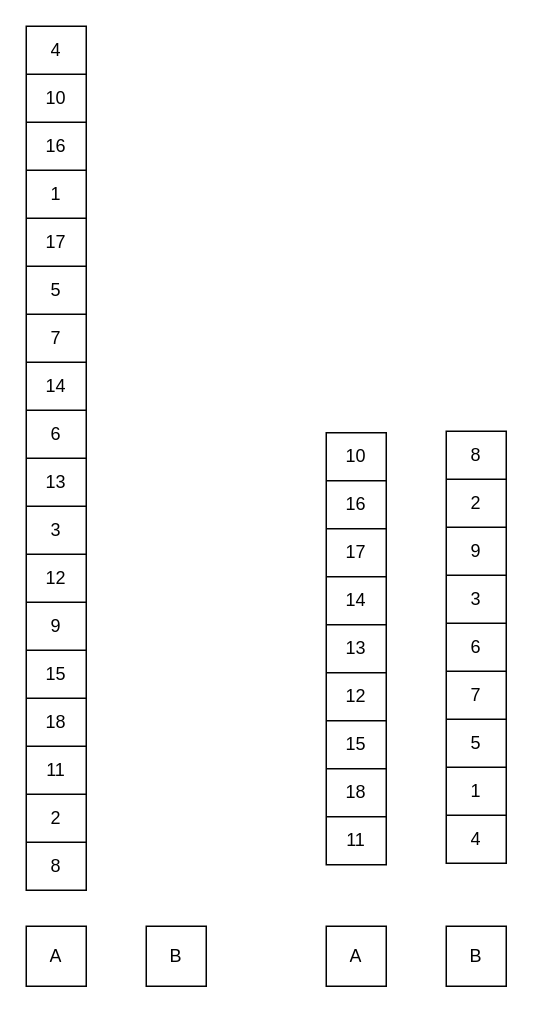
Before: page "スタート" (2 of 10) of images/qsort/qsort.dio in welove-t/42Tokyo-push_swap, a draw.io diagram. Source tidied: cells renumbered, new cells numbered last; positions are measured from the earlier drawing's top-left corner, leaving out a move shared by most shapes. Both pictures are drawn from the tidied source at 150%, with x=0, y=0 at pixel (26, 26).
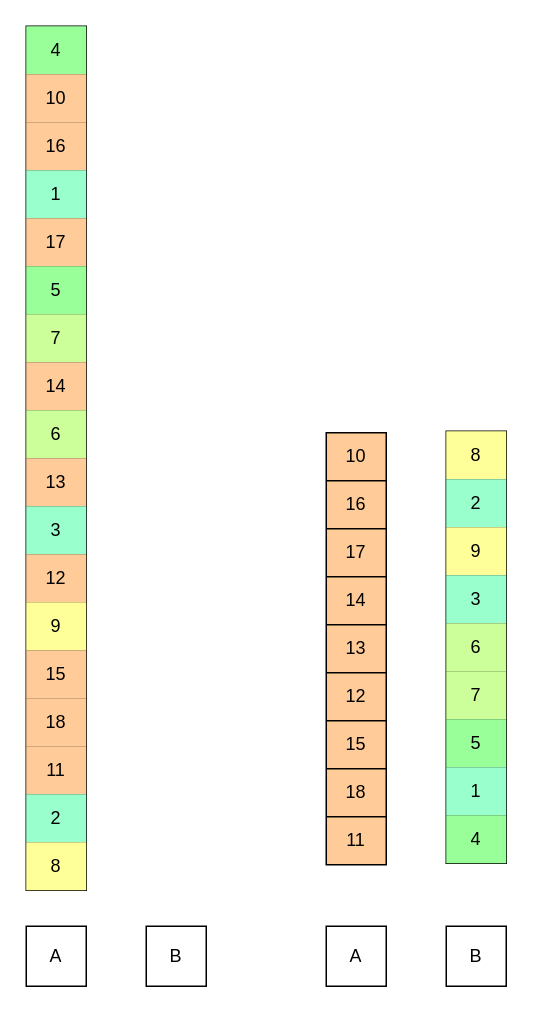
The same diagram, later.

The change refers to these unchanged cells:
```xml
<mxCell id="22" style="shape=tableRow;horizontal=0;startSize=0;swimlaneHead=0;swimlaneBody=0;top=0;left=0;bottom=0;right=0;fillColor=none;" parent="21" vertex="1">
<mxCell id="24" style="shape=tableRow;horizontal=0;startSize=0;swimlaneHead=0;swimlaneBody=0;top=0;left=0;bottom=0;right=0;fillColor=none;" parent="21" vertex="1">
<mxCell id="26" style="shape=tableRow;horizontal=0;startSize=0;swimlaneHead=0;swimlaneBody=0;top=0;left=0;bottom=0;right=0;fillColor=none;" parent="21" vertex="1">
<mxCell id="28" style="shape=tableRow;horizontal=0;startSize=0;swimlaneHead=0;swimlaneBody=0;top=0;left=0;bottom=0;right=0;fillColor=none;" parent="21" vertex="1">
<mxCell id="30" style="shape=tableRow;horizontal=0;startSize=0;swimlaneHead=0;swimlaneBody=0;top=0;left=0;bottom=0;right=0;fillColor=none;" parent="21" vertex="1">
<mxCell id="32" style="shape=tableRow;horizontal=0;startSize=0;swimlaneHead=0;swimlaneBody=0;top=0;left=0;bottom=0;right=0;fillColor=none;" parent="21" vertex="1">
<mxCell id="34" style="shape=tableRow;horizontal=0;startSize=0;swimlaneHead=0;swimlaneBody=0;top=0;left=0;bottom=0;right=0;fillColor=none;" parent="21" vertex="1">
<mxCell id="36" style="shape=tableRow;horizontal=0;startSize=0;swimlaneHead=0;swimlaneBody=0;top=0;left=0;bottom=0;right=0;fillColor=none;" parent="21" vertex="1">
<mxCell id="38" style="shape=tableRow;horizontal=0;startSize=0;swimlaneHead=0;swimlaneBody=0;top=0;left=0;bottom=0;right=0;fillColor=none;" parent="21" vertex="1">
<mxCell id="41" style="shape=tableRow;horizontal=0;startSize=0;swimlaneHead=0;swimlaneBody=0;top=0;left=0;bottom=0;right=0;fillColor=none;" parent="40" vertex="1">
<mxCell id="43" style="shape=tableRow;horizontal=0;startSize=0;swimlaneHead=0;swimlaneBody=0;top=0;left=0;bottom=0;right=0;fillColor=none;" parent="40" vertex="1">
<mxCell id="45" style="shape=tableRow;horizontal=0;startSize=0;swimlaneHead=0;swimlaneBody=0;top=0;left=0;bottom=0;right=0;fillColor=none;" parent="40" vertex="1">
<mxCell id="47" style="shape=tableRow;horizontal=0;startSize=0;swimlaneHead=0;swimlaneBody=0;top=0;left=0;bottom=0;right=0;fillColor=none;" parent="40" vertex="1">
<mxCell id="49" style="shape=tableRow;horizontal=0;startSize=0;swimlaneHead=0;swimlaneBody=0;top=0;left=0;bottom=0;right=0;fillColor=none;" parent="40" vertex="1">
<mxCell id="51" style="shape=tableRow;horizontal=0;startSize=0;swimlaneHead=0;swimlaneBody=0;top=0;left=0;bottom=0;right=0;fillColor=none;" parent="40" vertex="1">
<mxCell id="53" style="shape=tableRow;horizontal=0;startSize=0;swimlaneHead=0;swimlaneBody=0;top=0;left=0;bottom=0;right=0;fillColor=none;" parent="40" vertex="1">
<mxCell id="55" style="shape=tableRow;horizontal=0;startSize=0;swimlaneHead=0;swimlaneBody=0;top=0;left=0;bottom=0;right=0;fillColor=none;" parent="40" vertex="1">
<mxCell id="57" style="shape=tableRow;horizontal=0;startSize=0;swimlaneHead=0;swimlaneBody=0;top=0;left=0;bottom=0;right=0;fillColor=none;" parent="40" vertex="1">
<mxCell id="59" style="shape=tableRow;horizontal=0;startSize=0;swimlaneHead=0;swimlaneBody=0;top=0;left=0;bottom=0;right=0;fillColor=none;" parent="40" vertex="1">
<mxCell id="61" style="shape=tableRow;horizontal=0;startSize=0;swimlaneHead=0;swimlaneBody=0;top=0;left=0;bottom=0;right=0;fillColor=none;" parent="40" vertex="1">
<mxCell id="63" style="shape=tableRow;horizontal=0;startSize=0;swimlaneHead=0;swimlaneBody=0;top=0;left=0;bottom=0;right=0;fillColor=none;" parent="40" vertex="1">
<mxCell id="65" style="shape=tableRow;horizontal=0;startSize=0;swimlaneHead=0;swimlaneBody=0;top=0;left=0;bottom=0;right=0;fillColor=none;" parent="40" vertex="1">
<mxCell id="67" style="shape=tableRow;horizontal=0;startSize=0;swimlaneHead=0;swimlaneBody=0;top=0;left=0;bottom=0;right=0;fillColor=none;" parent="40" vertex="1">
<mxCell id="69" style="shape=tableRow;horizontal=0;startSize=0;swimlaneHead=0;swimlaneBody=0;top=0;left=0;bottom=0;right=0;fillColor=none;" parent="40" vertex="1">
<mxCell id="71" style="shape=tableRow;horizontal=0;startSize=0;swimlaneHead=0;swimlaneBody=0;top=0;left=0;bottom=0;right=0;fillColor=none;" parent="40" vertex="1">
<mxCell id="73" style="shape=tableRow;horizontal=0;startSize=0;swimlaneHead=0;swimlaneBody=0;top=0;left=0;bottom=0;right=0;fillColor=none;" parent="40" vertex="1">
<mxCell id="75" style="shape=tableRow;horizontal=0;startSize=0;swimlaneHead=0;swimlaneBody=0;top=0;left=0;bottom=0;right=0;fillColor=none;" parent="40" vertex="1">
```

The edit, as a diff of the source:
```diff
@@
-    <mxCell id="2" style="shape=table;startSize=0;childLayout=tableLayout;" parent="1" vertex="1">
+    <mxCell id="2" style="shape=table;startSize=0;childLayout=tableLayout;fillColor=#FFCC99;" parent="1" vertex="1">
       <mxGeometry x="200" y="271" width="40" height="288" as="geometry" />
     </mxCell>
@@
-    <mxCell id="23" value="8" style="shape=partialRectangle;html=1;whiteSpace=wrap;overflow=hidden;fillColor=none;top=0;left=0;bottom=0;right=0;" parent="22" vertex="1">
+    <mxCell id="23" value="8" style="shape=partialRectangle;html=1;whiteSpace=wrap;overflow=hidden;fillColor=#FFFF99;top=0;left=0;bottom=0;right=0;" parent="22" vertex="1">
       <mxGeometry width="40" height="32" as="geometry" />
     </mxCell>
@@
-    <mxCell id="25" value="2" style="shape=partialRectangle;html=1;whiteSpace=wrap;overflow=hidden;fillColor=none;top=0;left=0;bottom=0;right=0;" parent="24" vertex="1">
+    <mxCell id="25" value="2" style="shape=partialRectangle;html=1;whiteSpace=wrap;overflow=hidden;fillColor=#99FFCC;top=0;left=0;bottom=0;right=0;" parent="24" vertex="1">
       <mxGeometry width="40" height="32" as="geometry" />
     </mxCell>
@@
-    <mxCell id="27" value="9" style="shape=partialRectangle;html=1;whiteSpace=wrap;overflow=hidden;fillColor=none;top=0;left=0;bottom=0;right=0;" parent="26" vertex="1">
+    <mxCell id="27" value="9" style="shape=partialRectangle;html=1;whiteSpace=wrap;overflow=hidden;fillColor=#FFFF99;top=0;left=0;bottom=0;right=0;" parent="26" vertex="1">
       <mxGeometry width="40" height="32" as="geometry" />
     </mxCell>
@@
-    <mxCell id="29" value="3" style="shape=partialRectangle;html=1;whiteSpace=wrap;overflow=hidden;fillColor=none;top=0;left=0;bottom=0;right=0;" parent="28" vertex="1">
+    <mxCell id="29" value="3" style="shape=partialRectangle;html=1;whiteSpace=wrap;overflow=hidden;fillColor=#99FFCC;top=0;left=0;bottom=0;right=0;" parent="28" vertex="1">
       <mxGeometry width="40" height="32" as="geometry" />
     </mxCell>
@@
-    <mxCell id="31" value="6" style="shape=partialRectangle;html=1;whiteSpace=wrap;overflow=hidden;fillColor=none;top=0;left=0;bottom=0;right=0;" parent="30" vertex="1">
+    <mxCell id="31" value="6" style="shape=partialRectangle;html=1;whiteSpace=wrap;overflow=hidden;fillColor=#CCFF99;top=0;left=0;bottom=0;right=0;" parent="30" vertex="1">
       <mxGeometry width="40" height="32" as="geometry" />
     </mxCell>
@@
-    <mxCell id="33" value="7" style="shape=partialRectangle;html=1;whiteSpace=wrap;overflow=hidden;fillColor=none;top=0;left=0;bottom=0;right=0;" parent="32" vertex="1">
+    <mxCell id="33" value="7" style="shape=partialRectangle;html=1;whiteSpace=wrap;overflow=hidden;fillColor=#CCFF99;top=0;left=0;bottom=0;right=0;" parent="32" vertex="1">
       <mxGeometry width="40" height="32" as="geometry" />
     </mxCell>
@@
-    <mxCell id="35" value="5" style="shape=partialRectangle;html=1;whiteSpace=wrap;overflow=hidden;fillColor=none;top=0;left=0;bottom=0;right=0;" parent="34" vertex="1">
+    <mxCell id="35" value="5" style="shape=partialRectangle;html=1;whiteSpace=wrap;overflow=hidden;fillColor=#99FF99;top=0;left=0;bottom=0;right=0;" parent="34" vertex="1">
       <mxGeometry width="40" height="32" as="geometry" />
     </mxCell>
@@
-    <mxCell id="37" value="1" style="shape=partialRectangle;html=1;whiteSpace=wrap;overflow=hidden;fillColor=none;top=0;left=0;bottom=0;right=0;" parent="36" vertex="1">
+    <mxCell id="37" value="1" style="shape=partialRectangle;html=1;whiteSpace=wrap;overflow=hidden;fillColor=#99FFCC;top=0;left=0;bottom=0;right=0;" parent="36" vertex="1">
       <mxGeometry width="40" height="32" as="geometry" />
     </mxCell>
@@
-    <mxCell id="39" value="4" style="shape=partialRectangle;html=1;whiteSpace=wrap;overflow=hidden;fillColor=none;top=0;left=0;bottom=0;right=0;" parent="38" vertex="1">
+    <mxCell id="39" value="4" style="shape=partialRectangle;html=1;whiteSpace=wrap;overflow=hidden;fillColor=#99FF99;top=0;left=0;bottom=0;right=0;" parent="38" vertex="1">
       <mxGeometry width="40" height="32" as="geometry" />
     </mxCell>
@@
-    <mxCell id="42" value="4" style="shape=partialRectangle;html=1;whiteSpace=wrap;overflow=hidden;fillColor=none;top=0;left=0;bottom=0;right=0;" parent="41" vertex="1">
+    <mxCell id="42" value="4" style="shape=partialRectangle;html=1;whiteSpace=wrap;overflow=hidden;fillColor=#99FF99;top=0;left=0;bottom=0;right=0;" parent="41" vertex="1">
       <mxGeometry width="40" height="32" as="geometry" />
     </mxCell>
@@
-    <mxCell id="44" value="10" style="shape=partialRectangle;html=1;whiteSpace=wrap;overflow=hidden;fillColor=none;top=0;left=0;bottom=0;right=0;" parent="43" vertex="1">
+    <mxCell id="44" value="10" style="shape=partialRectangle;html=1;whiteSpace=wrap;overflow=hidden;fillColor=#FFCC99;top=0;left=0;bottom=0;right=0;" parent="43" vertex="1">
       <mxGeometry width="40" height="32" as="geometry" />
     </mxCell>
@@
-    <mxCell id="46" value="16" style="shape=partialRectangle;html=1;whiteSpace=wrap;overflow=hidden;fillColor=none;top=0;left=0;bottom=0;right=0;" parent="45" vertex="1">
+    <mxCell id="46" value="16" style="shape=partialRectangle;html=1;whiteSpace=wrap;overflow=hidden;fillColor=#FFCC99;top=0;left=0;bottom=0;right=0;" parent="45" vertex="1">
       <mxGeometry width="40" height="32" as="geometry" />
     </mxCell>
@@
-    <mxCell id="48" value="1" style="shape=partialRectangle;html=1;whiteSpace=wrap;overflow=hidden;fillColor=none;top=0;left=0;bottom=0;right=0;" parent="47" vertex="1">
+    <mxCell id="48" value="1" style="shape=partialRectangle;html=1;whiteSpace=wrap;overflow=hidden;fillColor=#99FFCC;top=0;left=0;bottom=0;right=0;" parent="47" vertex="1">
       <mxGeometry width="40" height="32" as="geometry" />
     </mxCell>
@@
-    <mxCell id="50" value="17" style="shape=partialRectangle;html=1;whiteSpace=wrap;overflow=hidden;fillColor=none;top=0;left=0;bottom=0;right=0;" parent="49" vertex="1">
+    <mxCell id="50" value="17" style="shape=partialRectangle;html=1;whiteSpace=wrap;overflow=hidden;fillColor=#FFCC99;top=0;left=0;bottom=0;right=0;" parent="49" vertex="1">
       <mxGeometry width="40" height="32" as="geometry" />
     </mxCell>
@@
-    <mxCell id="52" value="5" style="shape=partialRectangle;html=1;whiteSpace=wrap;overflow=hidden;fillColor=none;top=0;left=0;bottom=0;right=0;" parent="51" vertex="1">
+    <mxCell id="52" value="5" style="shape=partialRectangle;html=1;whiteSpace=wrap;overflow=hidden;fillColor=#99FF99;top=0;left=0;bottom=0;right=0;" parent="51" vertex="1">
       <mxGeometry width="40" height="32" as="geometry" />
     </mxCell>
@@
-    <mxCell id="54" value="7" style="shape=partialRectangle;html=1;whiteSpace=wrap;overflow=hidden;fillColor=none;top=0;left=0;bottom=0;right=0;" parent="53" vertex="1">
+    <mxCell id="54" value="7" style="shape=partialRectangle;html=1;whiteSpace=wrap;overflow=hidden;fillColor=#CCFF99;top=0;left=0;bottom=0;right=0;" parent="53" vertex="1">
       <mxGeometry width="40" height="32" as="geometry" />
     </mxCell>
@@
-    <mxCell id="56" value="14" style="shape=partialRectangle;html=1;whiteSpace=wrap;overflow=hidden;fillColor=none;top=0;left=0;bottom=0;right=0;" parent="55" vertex="1">
+    <mxCell id="56" value="14" style="shape=partialRectangle;html=1;whiteSpace=wrap;overflow=hidden;fillColor=#FFCC99;top=0;left=0;bottom=0;right=0;" parent="55" vertex="1">
       <mxGeometry width="40" height="32" as="geometry" />
     </mxCell>
@@
-    <mxCell id="58" value="6" style="shape=partialRectangle;html=1;whiteSpace=wrap;overflow=hidden;fillColor=none;top=0;left=0;bottom=0;right=0;" parent="57" vertex="1">
+    <mxCell id="58" value="6" style="shape=partialRectangle;html=1;whiteSpace=wrap;overflow=hidden;fillColor=#CCFF99;top=0;left=0;bottom=0;right=0;" parent="57" vertex="1">
       <mxGeometry width="40" height="32" as="geometry" />
     </mxCell>
@@
-    <mxCell id="60" value="13" style="shape=partialRectangle;html=1;whiteSpace=wrap;overflow=hidden;fillColor=none;top=0;left=0;bottom=0;right=0;" parent="59" vertex="1">
+    <mxCell id="60" value="13" style="shape=partialRectangle;html=1;whiteSpace=wrap;overflow=hidden;fillColor=#FFCC99;top=0;left=0;bottom=0;right=0;" parent="59" vertex="1">
       <mxGeometry width="40" height="32" as="geometry" />
     </mxCell>
@@
-    <mxCell id="62" value="3" style="shape=partialRectangle;html=1;whiteSpace=wrap;overflow=hidden;fillColor=none;top=0;left=0;bottom=0;right=0;" parent="61" vertex="1">
+    <mxCell id="62" value="3" style="shape=partialRectangle;html=1;whiteSpace=wrap;overflow=hidden;fillColor=#99FFCC;top=0;left=0;bottom=0;right=0;" parent="61" vertex="1">
       <mxGeometry width="40" height="32" as="geometry" />
     </mxCell>
@@
-    <mxCell id="64" value="12" style="shape=partialRectangle;html=1;whiteSpace=wrap;overflow=hidden;fillColor=none;top=0;left=0;bottom=0;right=0;" parent="63" vertex="1">
+    <mxCell id="64" value="12" style="shape=partialRectangle;html=1;whiteSpace=wrap;overflow=hidden;fillColor=#FFCC99;top=0;left=0;bottom=0;right=0;" parent="63" vertex="1">
       <mxGeometry width="40" height="32" as="geometry" />
     </mxCell>
@@
-    <mxCell id="66" value="9" style="shape=partialRectangle;html=1;whiteSpace=wrap;overflow=hidden;fillColor=none;top=0;left=0;bottom=0;right=0;" parent="65" vertex="1">
+    <mxCell id="66" value="9" style="shape=partialRectangle;html=1;whiteSpace=wrap;overflow=hidden;fillColor=#FFFF99;top=0;left=0;bottom=0;right=0;" parent="65" vertex="1">
       <mxGeometry width="40" height="32" as="geometry" />
     </mxCell>
@@
-    <mxCell id="68" value="15" style="shape=partialRectangle;html=1;whiteSpace=wrap;overflow=hidden;fillColor=none;top=0;left=0;bottom=0;right=0;" parent="67" vertex="1">
+    <mxCell id="68" value="15" style="shape=partialRectangle;html=1;whiteSpace=wrap;overflow=hidden;fillColor=#FFCC99;top=0;left=0;bottom=0;right=0;" parent="67" vertex="1">
       <mxGeometry width="40" height="32" as="geometry" />
     </mxCell>
@@
-    <mxCell id="70" value="18" style="shape=partialRectangle;html=1;whiteSpace=wrap;overflow=hidden;fillColor=none;top=0;left=0;bottom=0;right=0;" parent="69" vertex="1">
+    <mxCell id="70" value="18" style="shape=partialRectangle;html=1;whiteSpace=wrap;overflow=hidden;fillColor=#FFCC99;top=0;left=0;bottom=0;right=0;" parent="69" vertex="1">
       <mxGeometry width="40" height="32" as="geometry" />
     </mxCell>
@@
-    <mxCell id="72" value="11" style="shape=partialRectangle;html=1;whiteSpace=wrap;overflow=hidden;fillColor=none;top=0;left=0;bottom=0;right=0;" parent="71" vertex="1">
+    <mxCell id="72" value="11" style="shape=partialRectangle;html=1;whiteSpace=wrap;overflow=hidden;fillColor=#FFCC99;top=0;left=0;bottom=0;right=0;" parent="71" vertex="1">
       <mxGeometry width="40" height="32" as="geometry" />
     </mxCell>
@@
-    <mxCell id="74" value="2" style="shape=partialRectangle;html=1;whiteSpace=wrap;overflow=hidden;fillColor=none;top=0;left=0;bottom=0;right=0;" parent="73" vertex="1">
+    <mxCell id="74" value="2" style="shape=partialRectangle;html=1;whiteSpace=wrap;overflow=hidden;fillColor=#99FFCC;top=0;left=0;bottom=0;right=0;" parent="73" vertex="1">
       <mxGeometry width="40" height="32" as="geometry" />
     </mxCell>
@@
-    <mxCell id="76" value="8" style="shape=partialRectangle;html=1;whiteSpace=wrap;overflow=hidden;fillColor=none;top=0;left=0;bottom=0;right=0;" parent="75" vertex="1">
+    <mxCell id="76" value="8" style="shape=partialRectangle;html=1;whiteSpace=wrap;overflow=hidden;fillColor=#FFFF99;top=0;left=0;bottom=0;right=0;" parent="75" vertex="1">
       <mxGeometry width="40" height="32" as="geometry" />
     </mxCell>
```
